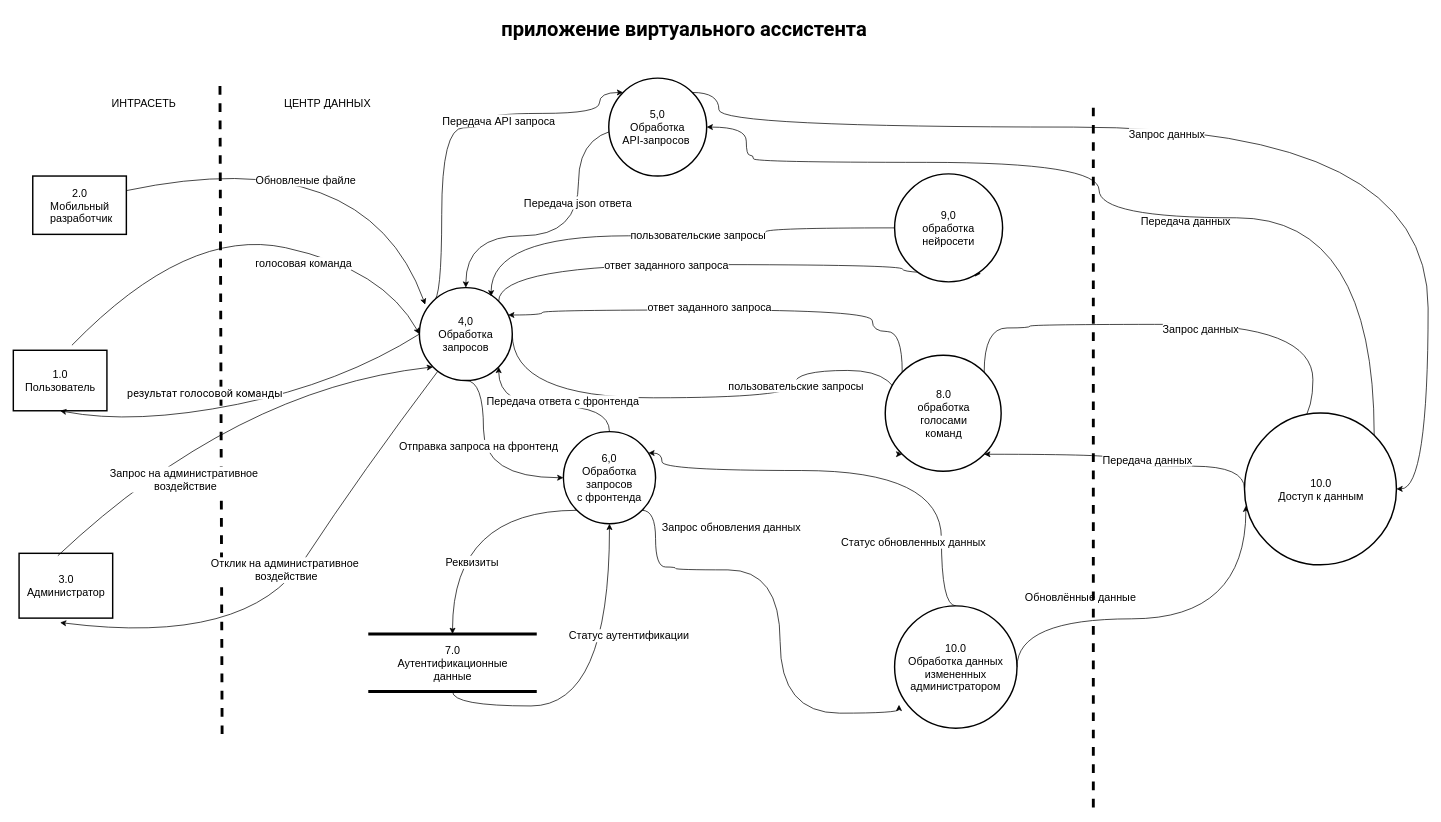
oussamanech/Git01 keeps this draw.io diagram as DFD N02 assistant virtual .drawio. Above is the earlier version. Source tidied: cells renumbered, new cells numbered last; positions are measured from the earlier drawing's top-left corner, leaving out a move shared by most shapes. Both pictures are drawn from the tidied source at 72%, with x=0, y=0 at pixel (13, 12).
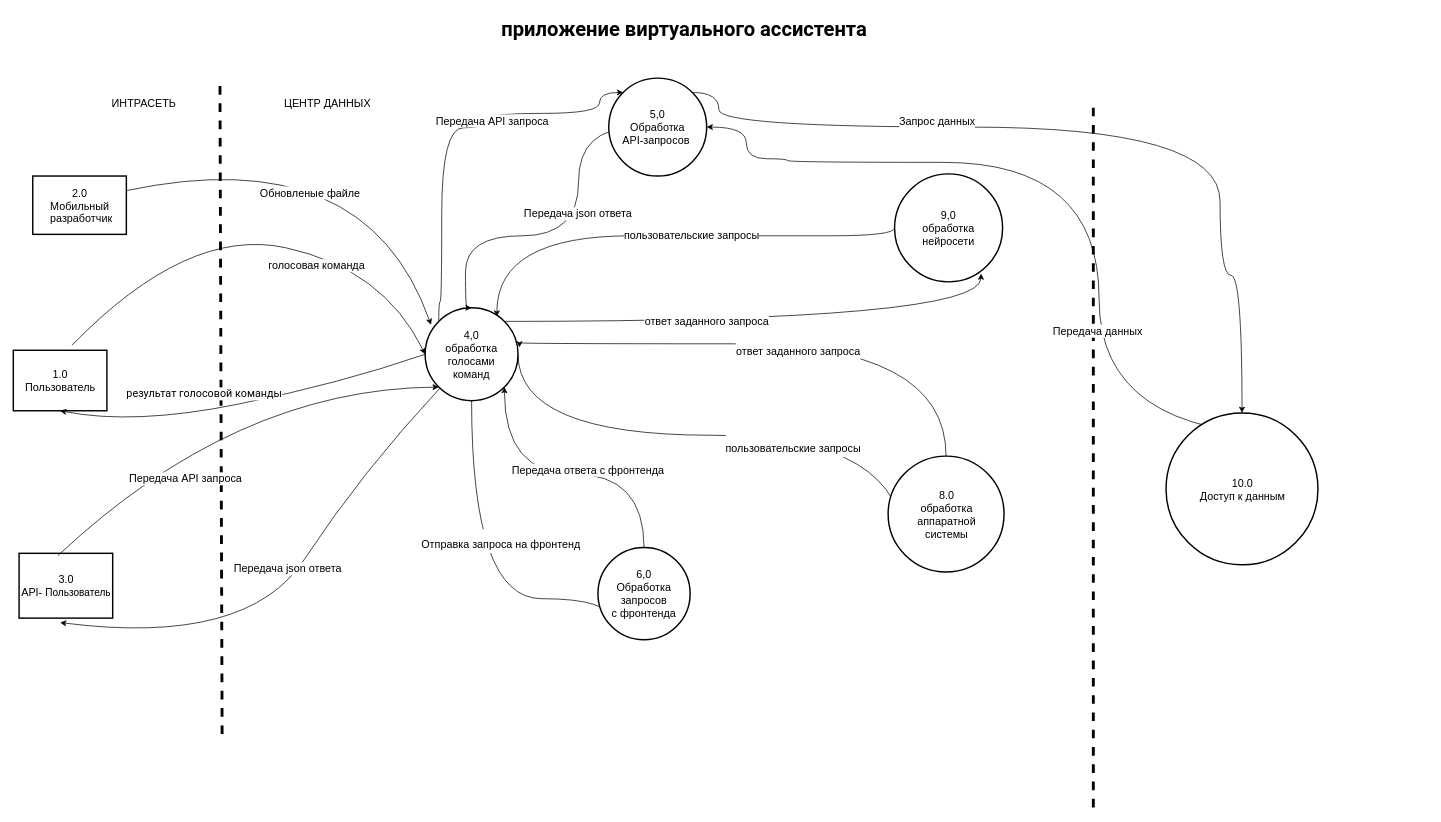
After the change.

The change refers to these unchanged cells:
```xml
<mxCell id="15" style="curved=1;endArrow=classic;html=1;rounded=0;fontSize=15;exitX=0.414;exitY=0.037;exitDx=0;exitDy=0;entryX=0;entryY=1;entryDx=0;entryDy=0;exitPerimeter=0;fontStyle=0;" parent="1" edge="1" source="8" target="27">
  <mxGeometry relative="1" as="geometry">
    <Array as="points">
      <mxPoint x="308" y="523" />
    </Array>
  </mxGeometry>
</mxCell>
<mxCell id="17" style="curved=1;endArrow=classic;html=1;rounded=0;fontSize=15;entryX=0.438;entryY=1.068;entryDx=0;entryDy=0;entryPerimeter=0;fontStyle=0;" parent="1" edge="1" source="27" target="8">
  <mxGeometry relative="1" as="geometry">
    <Array as="points">
      <mxPoint x="484" y="638" />
      <mxPoint x="325" y="880" />
    </Array>
  </mxGeometry>
</mxCell>
<mxCell id="32" value="5,0&lt;br style=&quot;font-size: 15px;&quot;&gt;Обработка&lt;br style=&quot;font-size: 15px;&quot;&gt;API-запросов&amp;nbsp;" style="ellipse;whiteSpace=wrap;html=1;fillColor=default;fontSize=15;fontStyle=0;strokeWidth=2;" parent="1" vertex="1">
  <mxGeometry x="827" y="91" width="136" height="136" as="geometry" />
</mxCell>
<mxCell id="42" value="9,0&lt;br style=&quot;font-size: 15px;&quot;&gt;обработка нейросети" style="ellipse;whiteSpace=wrap;html=1;fillColor=default;fontSize=15;fontStyle=0;strokeWidth=2;" parent="1" vertex="1">
  <mxGeometry x="1224" y="224" width="150" height="150" as="geometry" />
</mxCell>
```

What changed in the source:
```diff
@@
-    <mxCell id="8" value="3.0&lt;br style=&quot;font-size: 15px;&quot;&gt;Администратор&lt;br style=&quot;font-size: 15px;&quot;&gt;&lt;div style=&quot;display: none; font-size: 15px;&quot; id=&quot;SDCloudData&quot;&gt;&lt;/div&gt;" style="html=1;dashed=0;whitespace=wrap;fontStyle=0;fontSize=15;strokeWidth=2;" parent="1" vertex="1">
+    <mxCell id="8" value="&lt;span style=&quot;background-color: rgb(248, 249, 250);&quot;&gt;3.0&lt;/span&gt;&lt;br style=&quot;background-color: rgb(248, 249, 250);&quot;&gt;&lt;span style=&quot;background-color: rgb(248, 249, 250);&quot;&gt;API-&amp;nbsp;&lt;/span&gt;&lt;span style=&quot;background-color: rgb(248, 249, 250); font-size: 14px;&quot;&gt;Пользователь&lt;/span&gt;&lt;br style=&quot;font-size: 15px;&quot;&gt;&lt;div style=&quot;display: none; font-size: 15px;&quot; id=&quot;SDCloudData&quot;&gt;&lt;/div&gt;" style="html=1;dashed=0;whitespace=wrap;fontStyle=0;fontSize=15;strokeWidth=2;" parent="1" vertex="1">
       <mxGeometry x="8" y="751" width="130" height="90" as="geometry" />
     </mxCell>
@@
-    <mxCell id="16" value="Запрос на административное&lt;br style=&quot;font-size: 15px;&quot;&gt;&amp;nbsp;воздействие" style="edgeLabel;html=1;align=center;verticalAlign=middle;fontSize=15;fontStyle=0;" parent="15" vertex="1">
+    <mxCell id="16" value="Передача АPI запроса" style="edgeLabel;html=1;align=center;verticalAlign=middle;fontSize=15;fontStyle=0;" parent="15" vertex="1">
       <mxGeometry x="-0.31" y="-5" relative="1" as="geometry">
         <mxPoint x="17" y="35" as="offset" />
       </mxGeometry>
     </mxCell>
@@
-    <mxCell id="18" value="Отклик на административное&lt;br style=&quot;font-size: 15px;&quot;&gt;&amp;nbsp;воздействие" style="edgeLabel;html=1;align=center;verticalAlign=middle;fontSize=15;fontStyle=0;" parent="17" vertex="1">
+    <mxCell id="18" value="Передача json ответа" style="edgeLabel;html=1;align=center;verticalAlign=middle;fontSize=15;fontStyle=0;" parent="17" vertex="1">
       <mxGeometry x="0.27" y="-8" relative="1" as="geometry">
         <mxPoint x="57" y="-100" as="offset" />
       </mxGeometry>
     </mxCell>
-    <mxCell id="19" style="edgeStyle=orthogonalEdgeStyle;rounded=0;jettySize=auto;html=1;exitX=0.5;exitY=1;exitDx=0;exitDy=0;entryX=0;entryY=0.5;entryDx=0;entryDy=0;curved=1;fontSize=15;fontStyle=0;" parent="1" edge="1" source="27" target="39">
-      <mxGeometry relative="1" as="geometry">
-        <Array as="points">
-          <mxPoint x="653" y="511" />
-          <mxPoint x="653" y="646" />
-        </Array>
-      </mxGeometry>
-    </mxCell>
-    <mxCell id="20" value="Отправка запроса на фронтенд" style="edgeLabel;html=1;align=center;verticalAlign=middle;fontSize=15;fontStyle=0;" parent="19" vertex="1">
-      <mxGeometry x="-0.05" y="26" relative="1" as="geometry">
-        <mxPoint x="-34" y="-13" as="offset" />
-      </mxGeometry>
-    </mxCell>
@@
     <mxCell id="23" style="edgeStyle=orthogonalEdgeStyle;curved=1;rounded=0;jettySize=auto;html=1;exitX=1;exitY=0;exitDx=0;exitDy=0;entryX=0.8;entryY=0.923;entryDx=0;entryDy=0;entryPerimeter=0;fontSize=15;fontStyle=0;" parent="1" edge="1" source="27" target="42">
-      <mxGeometry relative="1" as="geometry">
-        <Array as="points">
-          <mxPoint x="674" y="350" />
-          <mxPoint x="1235" y="350" />
-        </Array>
-      </mxGeometry>
+      <mxGeometry relative="1" as="geometry" />
     </mxCell>
@@
+    <mxCell id="19" style="edgeStyle=orthogonalEdgeStyle;rounded=0;jettySize=auto;html=1;exitX=0.5;exitY=1;exitDx=0;exitDy=0;entryX=0;entryY=1;entryDx=0;entryDy=0;fontSize=28;curved=1;" parent="1" edge="1" source="27" target="39">
+      <mxGeometry relative="1" as="geometry">
+        <Array as="points">
+          <mxPoint x="637" y="814" />
+        </Array>
+      </mxGeometry>
+    </mxCell>
+    <mxCell id="20" value="&lt;span style=&quot;font-size: 15px;&quot;&gt;Отправка запроса на фронтенд&lt;/span&gt;" style="edgeLabel;html=1;align=center;verticalAlign=middle;fontSize=28;" parent="19" vertex="1">
+      <mxGeometry x="-0.23" y="40" relative="1" as="geometry">
+        <mxPoint y="-1" as="offset" />
+      </mxGeometry>
+    </mxCell>
-    <mxCell id="25" style="edgeStyle=orthogonalEdgeStyle;curved=1;rounded=0;jettySize=auto;html=1;exitX=1;exitY=0.5;exitDx=0;exitDy=0;entryX=0;entryY=1;entryDx=0;entryDy=0;fontSize=15;fontStyle=0;" parent="1" edge="1" source="27" target="56">
+    <mxCell id="25" style="edgeStyle=orthogonalEdgeStyle;curved=1;rounded=0;jettySize=auto;html=1;exitX=1;exitY=0.5;exitDx=0;exitDy=0;entryX=0;entryY=1;entryDx=0;entryDy=0;fontSize=28;" parent="1" edge="1" source="27" target="56">
       <mxGeometry relative="1" as="geometry">
         <Array as="points">
-          <mxPoint x="693" y="535" />
-          <mxPoint x="1085" y="535" />
-          <mxPoint x="1085" y="497" />
-          <mxPoint x="1233" y="497" />
+          <mxPoint x="701" y="587" />
+          <mxPoint x="1239" y="587" />
         </Array>
       </mxGeometry>
     </mxCell>
-    <mxCell id="26" value="пользовательские запросы" style="edgeLabel;html=1;align=center;verticalAlign=middle;fontSize=15;fontStyle=0;" parent="25" vertex="1">
-      <mxGeometry x="0.27" y="-1" relative="1" as="geometry" />
+    <mxCell id="26" value="&lt;span style=&quot;font-size: 15px;&quot;&gt;пользовательские запросы&lt;/span&gt;" style="edgeLabel;html=1;align=center;verticalAlign=middle;fontSize=28;" parent="25" vertex="1">
+      <mxGeometry x="0.21" y="-13" relative="1" as="geometry" />
     </mxCell>
-    <mxCell id="27" value="4,0&lt;br style=&quot;font-size: 15px;&quot;&gt;Обработка запросов" style="ellipse;whiteSpace=wrap;html=1;strokeWidth=2;fontSize=15;fontStyle=0;" parent="1" vertex="1">
-      <mxGeometry x="564" y="382" width="129" height="129" as="geometry" />
+    <mxCell id="27" value="4,0&lt;br style=&quot;font-size: 15px;&quot;&gt;&lt;span style=&quot;&quot;&gt;обработка&lt;/span&gt;&lt;br style=&quot;&quot;&gt;&lt;span style=&quot;&quot;&gt;голосами&lt;/span&gt;&lt;br style=&quot;&quot;&gt;&lt;span style=&quot;&quot;&gt;команд&lt;/span&gt;" style="ellipse;whiteSpace=wrap;html=1;strokeWidth=2;fontSize=15;fontStyle=0;" parent="1" vertex="1">
+      <mxGeometry x="572" y="410" width="129" height="129" as="geometry" />
     </mxCell>
@@
-    <mxCell id="30" style="edgeStyle=orthogonalEdgeStyle;curved=1;rounded=0;jettySize=auto;html=1;exitX=1;exitY=0;exitDx=0;exitDy=0;entryX=1;entryY=0.5;entryDx=0;entryDy=0;fontSize=15;fontStyle=0;" parent="1" edge="1" source="32" target="61">
+    <mxCell id="30" style="edgeStyle=orthogonalEdgeStyle;curved=1;rounded=0;jettySize=auto;html=1;exitX=1;exitY=0;exitDx=0;exitDy=0;entryX=0.5;entryY=0;entryDx=0;entryDy=0;fontSize=15;fontStyle=0;" parent="1" edge="1" source="32" target="61">
       <mxGeometry relative="1" as="geometry">
         <Array as="points">
           <mxPoint x="980" y="111" />
           <mxPoint x="980" y="159" />
-          <mxPoint x="1965" y="159" />
-          <mxPoint x="1965" y="662" />
+          <mxPoint x="1676" y="159" />
+          <mxPoint x="1676" y="365" />
+          <mxPoint x="1706" y="365" />
         </Array>
       </mxGeometry>
     </mxCell>
@@
-    <mxCell id="35" style="edgeStyle=orthogonalEdgeStyle;curved=1;rounded=0;jettySize=auto;html=1;exitX=1;exitY=1;exitDx=0;exitDy=0;entryX=0.036;entryY=0.808;entryDx=0;entryDy=0;entryPerimeter=0;fontSize=15;fontStyle=0;" parent="1" edge="1" source="39" target="47">
-      <mxGeometry relative="1" as="geometry">
-        <Array as="points">
-          <mxPoint x="892" y="770" />
-          <mxPoint x="920" y="770" />
-          <mxPoint x="920" y="774" />
-          <mxPoint x="1065" y="774" />
-          <mxPoint x="1065" y="973" />
-          <mxPoint x="1230" y="973" />
-        </Array>
-      </mxGeometry>
-    </mxCell>
-    <mxCell id="36" value="Запрос обновления данных" style="edgeLabel;html=1;align=center;verticalAlign=middle;fontSize=15;fontStyle=0;" parent="35" vertex="1">
-      <mxGeometry x="-0.04" y="27" relative="1" as="geometry">
-        <mxPoint x="-96" y="-97" as="offset" />
-      </mxGeometry>
-    </mxCell>
-    <mxCell id="37" style="edgeStyle=orthogonalEdgeStyle;curved=1;rounded=0;jettySize=auto;html=1;exitX=0;exitY=1;exitDx=0;exitDy=0;entryX=0.5;entryY=0;entryDx=0;entryDy=0;fontSize=15;fontStyle=0;" parent="1" edge="1" source="39" target="50">
-      <mxGeometry relative="1" as="geometry" />
-    </mxCell>
-    <mxCell id="38" value="Реквизиты" style="edgeLabel;html=1;align=center;verticalAlign=middle;fontSize=15;fontStyle=0;" parent="37" vertex="1">
-      <mxGeometry x="0.41" y="26" relative="1" as="geometry">
-        <mxPoint y="1" as="offset" />
-      </mxGeometry>
-    </mxCell>
     <mxCell id="39" value="6,0&lt;br style=&quot;font-size: 15px;&quot;&gt;Обработка запросов&lt;br style=&quot;font-size: 15px;&quot;&gt;с фронтенда" style="ellipse;whiteSpace=wrap;html=1;fillColor=default;fontSize=15;fontStyle=0;strokeWidth=2;" parent="1" vertex="1">
-      <mxGeometry x="764" y="582" width="128" height="128" as="geometry" />
+      <mxGeometry x="812" y="743" width="128" height="128" as="geometry" />
     </mxCell>
@@
-    <mxCell id="43" style="edgeStyle=orthogonalEdgeStyle;curved=1;rounded=0;jettySize=auto;html=1;exitX=0.5;exitY=0;exitDx=0;exitDy=0;entryX=0.922;entryY=0.232;entryDx=0;entryDy=0;entryPerimeter=0;fontSize=15;fontStyle=0;" parent="1" edge="1" source="47" target="39">
-      <mxGeometry relative="1" as="geometry">
-        <Array as="points">
-          <mxPoint x="1289" y="824" />
-          <mxPoint x="1289" y="636" />
-          <mxPoint x="901" y="636" />
-        </Array>
-      </mxGeometry>
-    </mxCell>
-    <mxCell id="44" value="Статус обновленных данных" style="edgeLabel;html=1;align=center;verticalAlign=middle;fontSize=15;fontStyle=0;" parent="43" vertex="1">
-      <mxGeometry x="-0.03" y="22" relative="1" as="geometry">
-        <mxPoint x="62" y="76" as="offset" />
-      </mxGeometry>
-    </mxCell>
-    <mxCell id="45" style="edgeStyle=orthogonalEdgeStyle;curved=1;rounded=0;jettySize=auto;html=1;exitX=1;exitY=0.5;exitDx=0;exitDy=0;entryX=0.009;entryY=0.611;entryDx=0;entryDy=0;fontSize=15;entryPerimeter=0;fontStyle=0;" parent="1" edge="1" source="47" target="61">
-      <mxGeometry relative="1" as="geometry">
-        <Array as="points">
-          <mxPoint x="1394" y="842" />
-          <mxPoint x="1712" y="842" />
-        </Array>
-      </mxGeometry>
-    </mxCell>
-    <mxCell id="46" value="Обновлённые данные" style="edgeLabel;html=1;align=center;verticalAlign=middle;fontSize=15;fontStyle=0;" parent="45" vertex="1">
-      <mxGeometry x="-0.43" y="30" relative="1" as="geometry">
-        <mxPoint y="-1" as="offset" />
-      </mxGeometry>
-    </mxCell>
-    <mxCell id="47" value="10.0&lt;br style=&quot;font-size: 15px;&quot;&gt;Обработка данных измененных администратором" style="ellipse;whiteSpace=wrap;html=1;fillColor=default;fontSize=15;fontStyle=0;strokeWidth=2;" parent="1" vertex="1">
-      <mxGeometry x="1224" y="824" width="170" height="170" as="geometry" />
-    </mxCell>
-    <mxCell id="48" style="edgeStyle=orthogonalEdgeStyle;curved=1;rounded=0;jettySize=auto;html=1;exitX=0.5;exitY=1;exitDx=0;exitDy=0;fontSize=15;fontStyle=0;" parent="1" edge="1" source="50" target="39">
-      <mxGeometry relative="1" as="geometry" />
-    </mxCell>
-    <mxCell id="49" value="Статус аутентификации" style="edgeLabel;html=1;align=center;verticalAlign=middle;fontSize=15;fontStyle=0;" parent="48" vertex="1">
-      <mxGeometry x="0.37" y="19" relative="1" as="geometry">
-        <mxPoint x="45" y="-1" as="offset" />
-      </mxGeometry>
-    </mxCell>
-    <mxCell id="50" value="7.0&lt;br style=&quot;font-size: 15px;&quot;&gt;Аутентификационные &lt;br style=&quot;font-size: 15px;&quot;&gt;данные" style="html=1;dashed=0;whitespace=wrap;shape=partialRectangle;right=0;left=0;fillColor=default;strokeWidth=4;fontStyle=0;fontSize=15;" parent="1" vertex="1">
-      <mxGeometry x="495" y="863" width="230" height="80" as="geometry" />
-    </mxCell>
@@
-    <mxCell id="52" style="edgeStyle=orthogonalEdgeStyle;curved=1;rounded=0;jettySize=auto;html=1;exitX=0;exitY=0;exitDx=0;exitDy=0;fontSize=15;fontStyle=0;" parent="1" edge="1" source="56" target="27">
+    <mxCell id="52" style="edgeStyle=orthogonalEdgeStyle;curved=1;rounded=0;jettySize=auto;html=1;exitX=0.5;exitY=0;exitDx=0;exitDy=0;entryX=1.016;entryY=0.426;entryDx=0;entryDy=0;entryPerimeter=0;fontSize=28;" parent="1" edge="1" source="56" target="27">
       <mxGeometry relative="1" as="geometry">
         <Array as="points">
-          <mxPoint x="1235" y="443" />
-          <mxPoint x="1193" y="443" />
-          <mxPoint x="1193" y="413" />
-          <mxPoint x="735" y="413" />
-          <mxPoint x="735" y="420" />
+          <mxPoint x="1296" y="460" />
+          <mxPoint x="703" y="460" />
         </Array>
       </mxGeometry>
     </mxCell>
-    <mxCell id="53" value="ответ заданного запроса" style="edgeLabel;html=1;align=center;verticalAlign=middle;fontSize=15;fontStyle=0;" parent="52" vertex="1">
-      <mxGeometry x="-0.33" y="5" relative="1" as="geometry">
-        <mxPoint x="-140" y="-10" as="offset" />
-      </mxGeometry>
+    <mxCell id="53" value="&lt;span style=&quot;font-size: 15px;&quot;&gt;ответ заданного запроса&lt;/span&gt;" style="edgeLabel;html=1;align=center;verticalAlign=middle;fontSize=28;" parent="52" vertex="1">
+      <mxGeometry x="-0.04" y="5" relative="1" as="geometry" />
     </mxCell>
-    <mxCell id="54" style="edgeStyle=orthogonalEdgeStyle;curved=1;rounded=0;jettySize=auto;html=1;exitX=1;exitY=0;exitDx=0;exitDy=0;entryX=0;entryY=0;entryDx=0;entryDy=0;fontSize=15;fontStyle=0;" parent="1" edge="1" source="56" target="61">
-      <mxGeometry relative="1" as="geometry">
-        <Array as="points">
-          <mxPoint x="1349" y="438" />
-          <mxPoint x="1412" y="438" />
-          <mxPoint x="1412" y="433" />
-          <mxPoint x="1805" y="433" />
-          <mxPoint x="1805" y="587" />
-        </Array>
-      </mxGeometry>
-    </mxCell>
-    <mxCell id="55" value="Запрос данных" style="edgeLabel;html=1;align=center;verticalAlign=middle;fontSize=15;fontStyle=0;" parent="54" vertex="1">
-      <mxGeometry x="-0.01" y="-6" relative="1" as="geometry" />
-    </mxCell>
-    <mxCell id="56" value="8.0&lt;br style=&quot;font-size: 15px;&quot;&gt;обработка &lt;br&gt;голосами&lt;br&gt;команд" style="shape=ellipse;html=1;dashed=0;whitespace=wrap;perimeter=ellipsePerimeter;fontSize=15;strokeWidth=2;fillColor=default;fontStyle=0;" parent="1" vertex="1">
-      <mxGeometry x="1211" y="476" width="161" height="161" as="geometry" />
+    <mxCell id="56" value="8.0&lt;br style=&quot;font-size: 15px;&quot;&gt;обработка &lt;br&gt;аппаратной &lt;br&gt;системы" style="shape=ellipse;html=1;dashed=0;whitespace=wrap;perimeter=ellipsePerimeter;fontSize=15;strokeWidth=2;fillColor=default;fontStyle=0;" parent="1" vertex="1">
+      <mxGeometry x="1215" y="616" width="161" height="161" as="geometry" />
     </mxCell>
-    <mxCell id="57" style="edgeStyle=orthogonalEdgeStyle;curved=1;rounded=0;jettySize=auto;html=1;exitX=0;exitY=0.5;exitDx=0;exitDy=0;entryX=1;entryY=1;entryDx=0;entryDy=0;fontSize=15;fontStyle=0;" parent="1" edge="1" source="61" target="56">
-      <mxGeometry relative="1" as="geometry">
-        <Array as="points">
-          <mxPoint x="1710" y="630" />
-          <mxPoint x="1568" y="630" />
-          <mxPoint x="1568" y="625" />
-          <mxPoint x="1531" y="625" />
-          <mxPoint x="1531" y="613" />
-        </Array>
-      </mxGeometry>
-    </mxCell>
-    <mxCell id="58" value="Передача данных" style="edgeLabel;html=1;align=center;verticalAlign=middle;fontSize=15;fontStyle=0;" parent="57" vertex="1">
-      <mxGeometry x="0.49" y="-4" relative="1" as="geometry">
-        <mxPoint x="174" y="-320" as="offset" />
-      </mxGeometry>
-    </mxCell>
     <mxCell id="59" style="edgeStyle=orthogonalEdgeStyle;curved=1;rounded=0;jettySize=auto;html=1;exitX=1;exitY=0;exitDx=0;exitDy=0;entryX=1;entryY=0.5;entryDx=0;entryDy=0;fontSize=15;fontStyle=0;" parent="1" edge="1" source="61" target="32">
       <mxGeometry relative="1" as="geometry">
         <Array as="points">
-          <mxPoint x="1890" y="285" />
-          <mxPoint x="1508" y="285" />
+          <mxPoint x="1508" y="587" />
           <mxPoint x="1508" y="208" />
-          <mxPoint x="1028" y="208" />
-          <mxPoint x="1028" y="198" />
-          <mxPoint x="1018" y="198" />
+          <mxPoint x="1075" y="208" />
+          <mxPoint x="1075" y="203" />
+          <mxPoint x="1018" y="203" />
           <mxPoint x="1018" y="159" />
         </Array>
       </mxGeometry>
     </mxCell>
     <mxCell id="60" value="Передача данных" style="edgeLabel;html=1;align=center;verticalAlign=middle;fontSize=15;fontStyle=0;" parent="59" vertex="1">
       <mxGeometry x="-0.45" y="4" relative="1" as="geometry">
-        <mxPoint x="-245" y="331" as="offset" />
+        <mxPoint x="1" y="-75" as="offset" />
       </mxGeometry>
     </mxCell>
     <mxCell id="61" value="10.0&lt;br style=&quot;font-size: 15px;&quot;&gt;Доступ к данным" style="shape=ellipse;html=1;dashed=0;whitespace=wrap;perimeter=ellipsePerimeter;fontSize=15;strokeWidth=2;fillColor=default;fontStyle=0;" parent="1" vertex="1">
-      <mxGeometry x="1710" y="556" width="211" height="211" as="geometry" />
+      <mxGeometry x="1601" y="556" width="211" height="211" as="geometry" />
     </mxCell>
```
